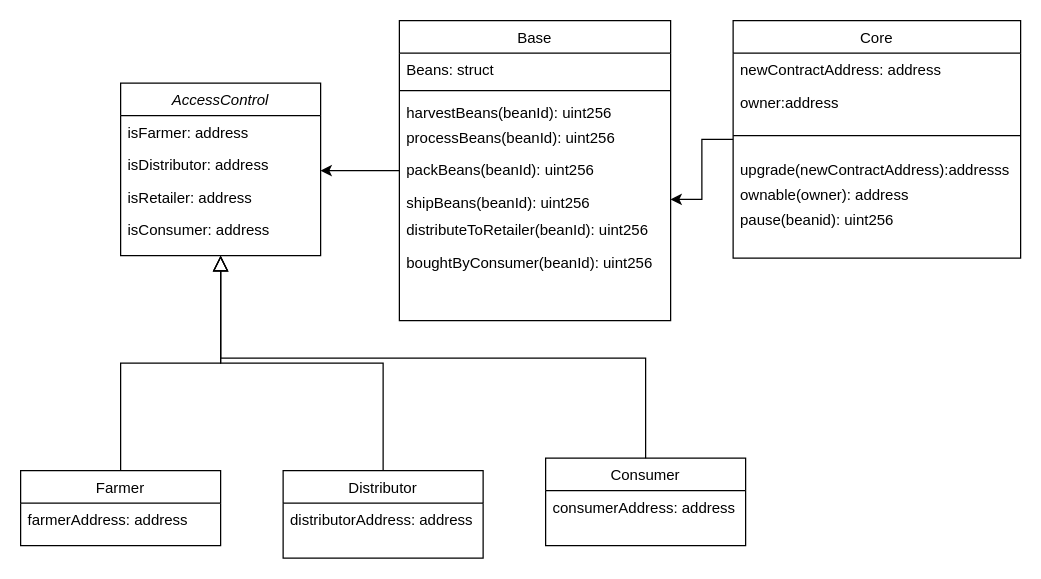
The draw.io diagram uml/class-diagram.drawio in nathanrhoda/supply-chain-dapp, before the edit. Source tidied: cells renumbered, new cells numbered last; positions are measured from the earlier drawing's top-left corner, leaving out a move shared by most shapes. Both pictures are drawn from the tidied source at 125%, with x=0, y=0 at pixel (20, 20).
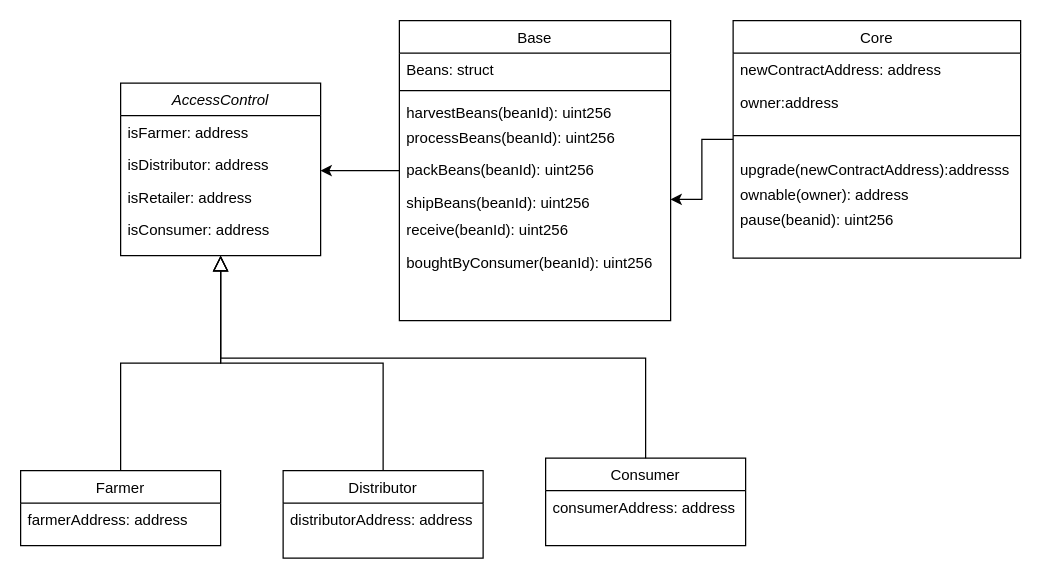
After the change.

Commit message (it also covers changes not shown here):
Updated state diagram

Unchanged cells that the change refers to:
```xml
<mxCell id="14" value="Base" style="swimlane;fontStyle=0;align=center;verticalAlign=top;horizontal=1;startSize=26;rounded=0;shadow=0;strokeWidth=1;" parent="1" vertex="1">
  <mxGeometry x="303" width="217" height="240" as="geometry" />
</mxCell>
```

What changed in the source:
```diff
@@
-    <mxCell id="21" value="distributeToRetailer(beanId): uint256" style="text;align=left;verticalAlign=top;spacingLeft=4;spacingRight=4;overflow=hidden;rounded=0;shadow=0;html=0;" parent="14" vertex="1">
+    <mxCell id="21" value="receive(beanId): uint256" style="text;align=left;verticalAlign=top;spacingLeft=4;spacingRight=4;overflow=hidden;rounded=0;shadow=0;html=0;" parent="14" vertex="1">
       <mxGeometry y="154" width="217" height="26" as="geometry" />
     </mxCell>
```
